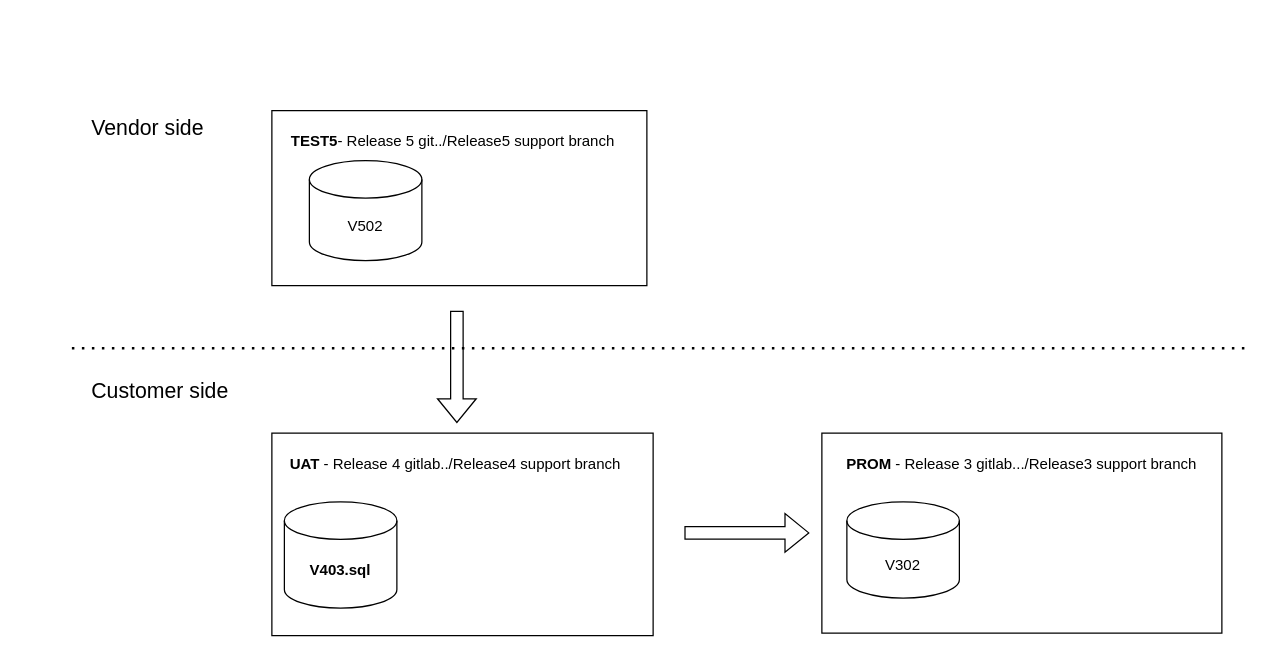
Earlier version of the draw.io diagram page "Changes Flow" (2 of 2) of doc/db_migrations_v3.2.drawio (andreylartsev/dbmigrations). Source tidied: cells renumbered, new cells numbered last; positions are measured from the earlier drawing's top-left corner, leaving out a move shared by most shapes. Both pictures are drawn from the tidied source at 125%, with x=0, y=0 at pixel (71, 110).
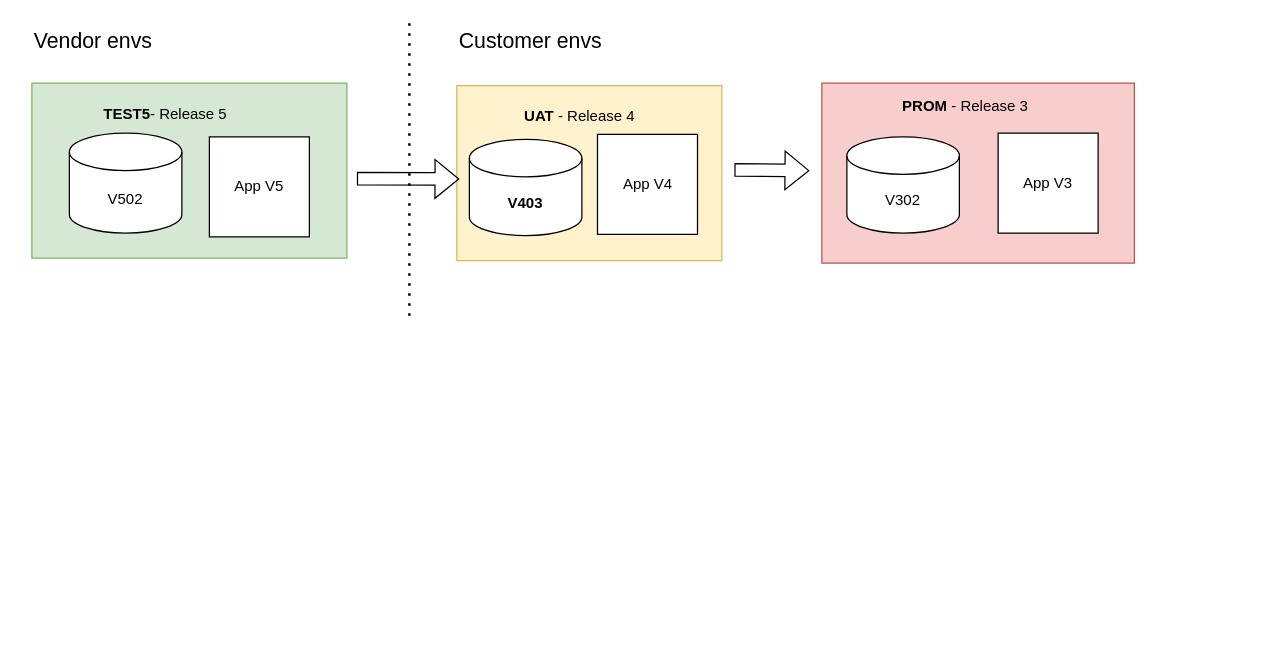
The same diagram, later.

Diff of the diagram source:
```diff
@@
-    <mxCell id="2" style="rounded=0;whiteSpace=wrap;html=1;" parent="1" vertex="1">
-      <mxGeometry x="600" y="258" width="320" height="160" as="geometry" />
+    <mxCell id="2" style="rounded=0;whiteSpace=wrap;html=1;fillColor=#f8cecc;strokeColor=#b85450;" parent="1" vertex="1">
+      <mxGeometry x="600" y="-22" width="250" height="144" as="geometry" />
     </mxCell>
     <mxCell id="3" style="endArrow=none;dashed=1;html=1;dashPattern=1 3;strokeWidth=2;rounded=0;" parent="1" edge="1">
       <mxGeometry relative="1" as="geometry">
-        <mxPoint y="190" as="sourcePoint" />
-        <mxPoint x="940" y="190" as="targetPoint" />
+        <mxPoint x="270" y="-70" as="sourcePoint" />
+        <mxPoint x="270" y="170" as="targetPoint" />
       </mxGeometry>
     </mxCell>
-    <mxCell id="4" value="&lt;b&gt;PROM &lt;/b&gt;- Release 3 gitlab.../Release3 support branch" style="text;html=1;align=center;verticalAlign=middle;whiteSpace=wrap;rounded=0;" parent="1" vertex="1">
-      <mxGeometry x="607" y="268" width="306" height="30" as="geometry" />
+    <mxCell id="4" value="&lt;b&gt;PROM &lt;/b&gt;- Release 3" style="text;html=1;align=center;verticalAlign=middle;whiteSpace=wrap;rounded=0;" parent="1" vertex="1">
+      <mxGeometry x="600" y="-18" width="230" height="30" as="geometry" />
     </mxCell>
     <mxCell id="5" value="V302" style="shape=cylinder3;whiteSpace=wrap;html=1;boundedLbl=1;backgroundOutline=1;size=15;" parent="1" vertex="1">
-      <mxGeometry x="620" y="313" width="90" height="77" as="geometry" />
+      <mxGeometry x="620" y="21" width="90" height="77" as="geometry" />
     </mxCell>
-    <mxCell id="6" style="rounded=0;whiteSpace=wrap;html=1;" parent="1" vertex="1">
-      <mxGeometry x="160" y="258" width="305" height="162" as="geometry" />
+    <mxCell id="6" style="rounded=0;whiteSpace=wrap;html=1;fillColor=#fff2cc;strokeColor=#d6b656;" parent="1" vertex="1">
+      <mxGeometry x="308" y="-20" width="212" height="140" as="geometry" />
     </mxCell>
-    <mxCell id="7" value="&lt;b&gt;V403.sql&lt;/b&gt;" style="shape=cylinder3;whiteSpace=wrap;html=1;boundedLbl=1;backgroundOutline=1;size=15;" parent="1" vertex="1">
-      <mxGeometry x="170" y="313" width="90" height="85" as="geometry" />
+    <mxCell id="7" value="&lt;b&gt;V403&lt;/b&gt;" style="shape=cylinder3;whiteSpace=wrap;html=1;boundedLbl=1;backgroundOutline=1;size=15;" parent="1" vertex="1">
+      <mxGeometry x="318" y="23" width="90" height="77" as="geometry" />
     </mxCell>
-    <mxCell id="8" style="rounded=0;whiteSpace=wrap;html=1;" parent="1" vertex="1">
-      <mxGeometry x="160" width="300" height="140" as="geometry" />
+    <mxCell id="8" style="rounded=0;whiteSpace=wrap;html=1;fillColor=#d5e8d4;strokeColor=#82b366;" parent="1" vertex="1">
+      <mxGeometry x="-32" y="-22" width="252" height="140" as="geometry" />
     </mxCell>
     <mxCell id="9" value="V502" style="shape=cylinder3;whiteSpace=wrap;html=1;boundedLbl=1;backgroundOutline=1;size=15;" parent="1" vertex="1">
-      <mxGeometry x="190" y="40" width="90" height="80" as="geometry" />
+      <mxGeometry x="-2" y="18" width="90" height="80" as="geometry" />
     </mxCell>
-    <mxCell id="10" value="&lt;b style=&quot;border-color: var(--border-color);&quot;&gt;UAT&amp;nbsp;&lt;/b&gt;- Release 4 gitlab../Release4&amp;nbsp;support branch" style="text;html=1;align=center;verticalAlign=middle;whiteSpace=wrap;rounded=0;" parent="1" vertex="1">
-      <mxGeometry x="152" y="268" width="310" height="30" as="geometry" />
+    <mxCell id="10" value="&lt;b style=&quot;border-color: var(--border-color);&quot;&gt;UAT&amp;nbsp;&lt;/b&gt;- Release 4" style="text;html=1;align=center;verticalAlign=middle;whiteSpace=wrap;rounded=0;" parent="1" vertex="1">
+      <mxGeometry x="303" y="-10" width="207" height="30" as="geometry" />
     </mxCell>
-    <mxCell id="11" value="&lt;b style=&quot;border-color: var(--border-color);&quot;&gt;TEST5&lt;/b&gt;- Release 5 git../Release5 support branch" style="text;html=1;align=center;verticalAlign=middle;whiteSpace=wrap;rounded=0;" parent="1" vertex="1">
-      <mxGeometry x="152" y="10" width="306" height="30" as="geometry" />
+    <mxCell id="11" value="&lt;b style=&quot;border-color: var(--border-color);&quot;&gt;TEST5&lt;/b&gt;- Release 5" style="text;html=1;align=center;verticalAlign=middle;whiteSpace=wrap;rounded=0;" parent="1" vertex="1">
+      <mxGeometry x="-40" y="-12" width="230" height="30" as="geometry" />
     </mxCell>
-    <mxCell id="12" value="Customer side" style="text;html=1;align=left;verticalAlign=middle;whiteSpace=wrap;rounded=0;fontSize=17;" parent="1" vertex="1">
-      <mxGeometry x="14" y="210" width="120" height="30" as="geometry" />
+    <mxCell id="12" value="Customer envs" style="text;html=1;align=left;verticalAlign=middle;whiteSpace=wrap;rounded=0;fontSize=17;" parent="1" vertex="1">
+      <mxGeometry x="308" y="-70" width="120" height="30" as="geometry" />
     </mxCell>
-    <mxCell id="13" value="Vendor side" style="text;html=1;align=left;verticalAlign=middle;whiteSpace=wrap;rounded=0;fontSize=17;" parent="1" vertex="1">
-      <mxGeometry x="14" width="110" height="30" as="geometry" />
+    <mxCell id="13" value="Vendor envs" style="text;html=1;align=left;verticalAlign=middle;whiteSpace=wrap;rounded=0;fontSize=17;" parent="1" vertex="1">
+      <mxGeometry x="-32" y="-70" width="110" height="30" as="geometry" />
     </mxCell>
     <mxCell id="14" style="shape=flexArrow;endArrow=classic;html=1;rounded=0;" parent="1" edge="1">
       <mxGeometry relative="1" as="geometry">
-        <mxPoint x="490" y="337.8" as="sourcePoint" />
-        <mxPoint x="590" y="337.8" as="targetPoint" />
+        <mxPoint x="530" y="47.5" as="sourcePoint" />
+        <mxPoint x="590" y="48" as="targetPoint" />
       </mxGeometry>
     </mxCell>
-    <mxCell id="15" style="shape=flexArrow;endArrow=classic;html=1;rounded=0;exitX=0.566;exitY=1.003;exitDx=0;exitDy=0;exitPerimeter=0;" parent="1" edge="1">
-      <mxGeometry relative="1" as="geometry">
-        <mxPoint x="308" y="160" as="sourcePoint" />
-        <mxPoint x="308" y="250" as="targetPoint" />
-      </mxGeometry>
-    </mxCell>
+    <mxCell id="16" style="shape=flexArrow;endArrow=classic;html=1;rounded=0;" parent="1" edge="1">
+      <mxGeometry relative="1" as="geometry">
+        <mxPoint x="228" y="54.5" as="sourcePoint" />
+        <mxPoint x="310" y="54.7" as="targetPoint" />
+      </mxGeometry>
+    </mxCell>
+    <mxCell id="17" value="App V5" style="whiteSpace=wrap;html=1;" parent="1" vertex="1">
+      <mxGeometry x="110" y="21" width="80" height="80" as="geometry" />
+    </mxCell>
+    <mxCell id="18" value="App V4" style="whiteSpace=wrap;html=1;" parent="1" vertex="1">
+      <mxGeometry x="420.5" y="19" width="80" height="80" as="geometry" />
+    </mxCell>
+    <mxCell id="19" value="App V3" style="whiteSpace=wrap;html=1;" parent="1" vertex="1">
+      <mxGeometry x="741" y="18" width="80" height="80" as="geometry" />
+    </mxCell>
```
